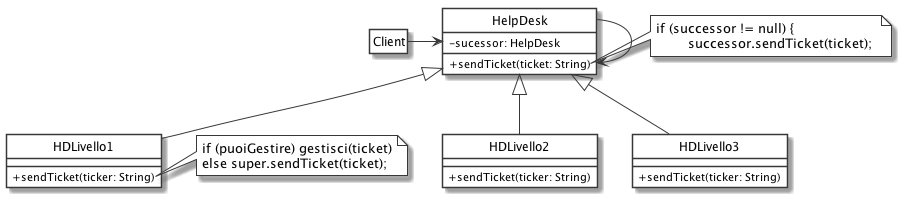
Above: DesignPattern/ChainOfResponsibility/uml/class_diagram.png in dmi-tutorato-ids/materiale (PlantUML), before the change.
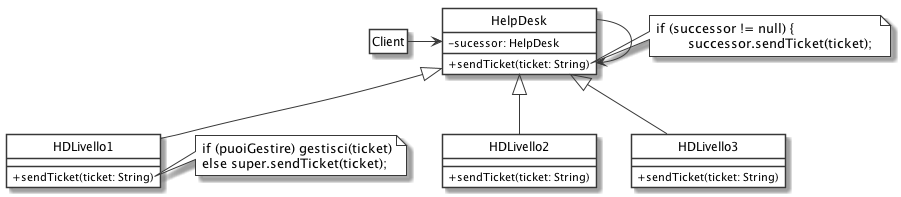
After the commit.

The edit, as a diff of the source:
```diff
@@ -14,15 +14,15 @@
 }
 
 class HDLivello1 extends HelpDesk {
-	+ sendTicket(ticker: String)
+	+ sendTicket(ticket: String)
 }
 
 class HDLivello2 extends HelpDesk {
-	+ sendTicket(ticker: String)
+	+ sendTicket(ticket: String)
 }
 
 class HDLivello3 extends HelpDesk {
-	+ sendTicket(ticker: String)
+	+ sendTicket(ticket: String)
 }
 
 hide Client members
```
